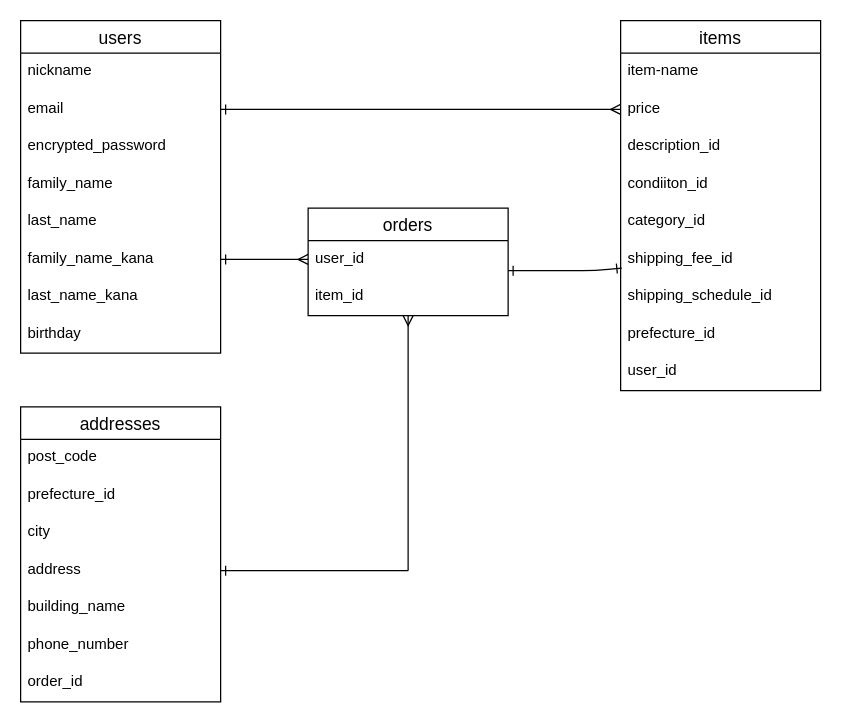
Above: furima.dio in Yamasaki0401/furima-38853 (draw.io), before the change. Source tidied: cells renumbered, new cells numbered last; positions are measured from the earlier drawing's top-left corner, leaving out a move shared by most shapes. Both pictures are drawn from the tidied source at 125%, with x=0, y=0 at pixel (20, 20).
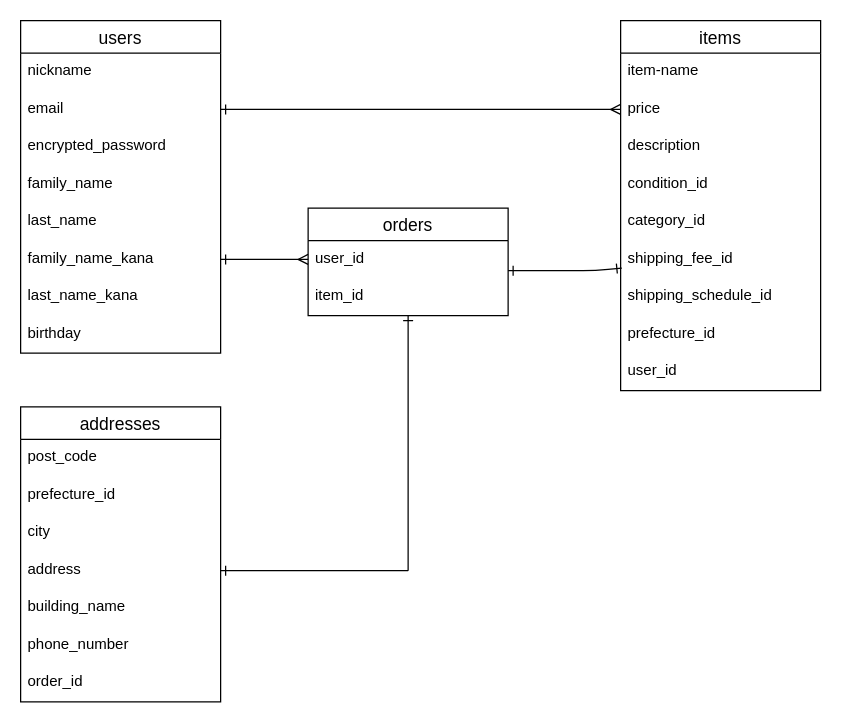
After the change.

Commit message (it also covers changes not shown here):
データベース設計の修正3

Unchanged cells that the change refers to:
```xml
<mxCell id="11" value="items" style="swimlane;fontStyle=0;horizontal=1;startSize=26;align=center;fontSize=14;" parent="1" vertex="1">
  <mxGeometry x="480" width="160" height="296" as="geometry" />
</mxCell>
<mxCell id="32" value="orders" style="swimlane;fontStyle=0;horizontal=1;startSize=26;align=center;fontSize=14;" parent="1" vertex="1">
  <mxGeometry x="230" y="150" width="160" height="86" as="geometry" />
</mxCell>
```

Diff of the diagram source:
```diff
@@
-    <mxCell id="14" value="description_id" style="text;strokeColor=none;fillColor=none;spacingLeft=4;spacingRight=4;overflow=hidden;fontSize=12;" parent="11" vertex="1">
+    <mxCell id="14" value="description" style="text;strokeColor=none;fillColor=none;spacingLeft=4;spacingRight=4;overflow=hidden;fontSize=12;" parent="11" vertex="1">
       <mxGeometry y="86" width="160" height="30" as="geometry" />
     </mxCell>
-    <mxCell id="15" value="condiiton_id" style="text;strokeColor=none;fillColor=none;spacingLeft=4;spacingRight=4;overflow=hidden;fontSize=12;" parent="11" vertex="1">
+    <mxCell id="15" value="condition_id" style="text;strokeColor=none;fillColor=none;spacingLeft=4;spacingRight=4;overflow=hidden;fontSize=12;" parent="11" vertex="1">
       <mxGeometry y="116" width="160" height="30" as="geometry" />
     </mxCell>
@@
-    <mxCell id="31" style="edgeStyle=none;html=1;startArrow=ERmany;startFill=0;endArrow=none;endFill=0;" parent="1" edge="1" source="32">
+    <mxCell id="31" style="edgeStyle=none;html=1;startArrow=ERone;startFill=0;endArrow=none;endFill=0;" parent="1" edge="1" source="32">
       <mxGeometry relative="1" as="geometry">
         <mxPoint x="310" y="440" as="targetPoint" />
       </mxGeometry>
     </mxCell>
```
